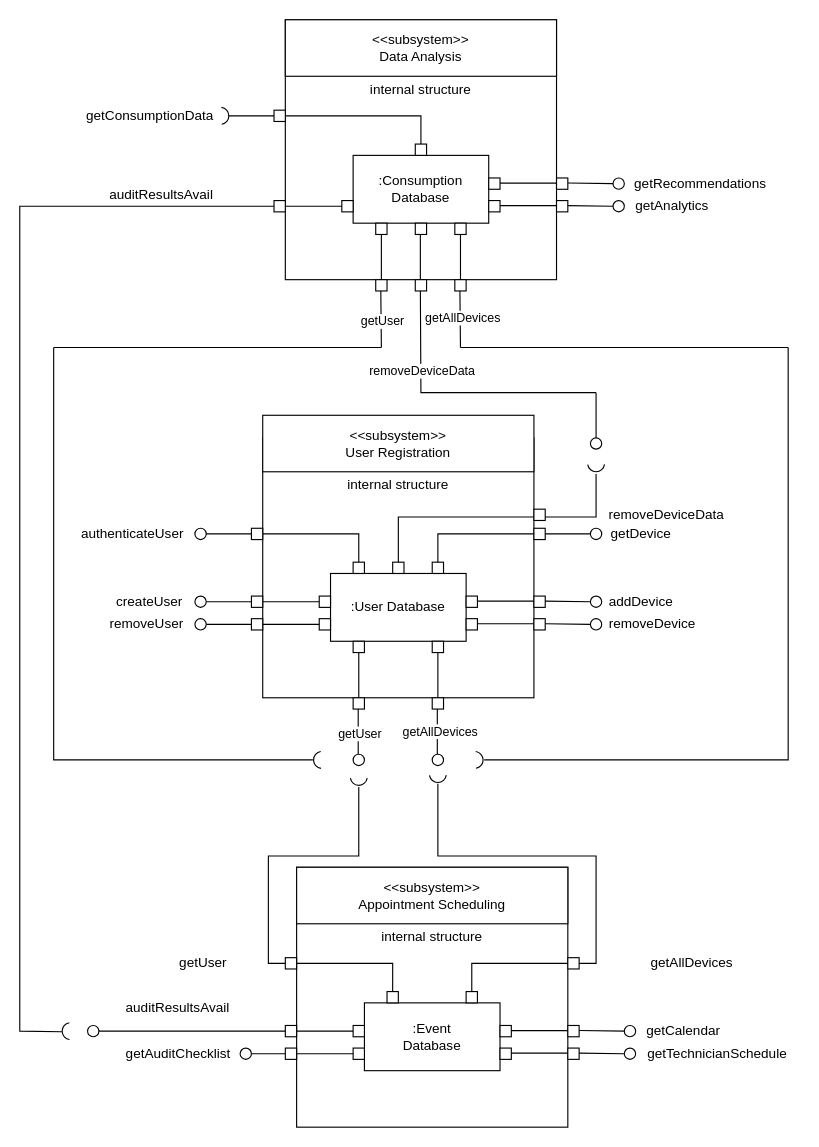
The draw.io diagram milestone-2/C&C_Diagram.drawio in uvic-teach/project-m1-team15, before the edit. Source tidied: cells renumbered, new cells numbered last; positions are measured from the earlier drawing's top-left corner, leaving out a move shared by most shapes. Both pictures are drawn from the tidied source at 113%, with x=0, y=0 at pixel (19, 19).
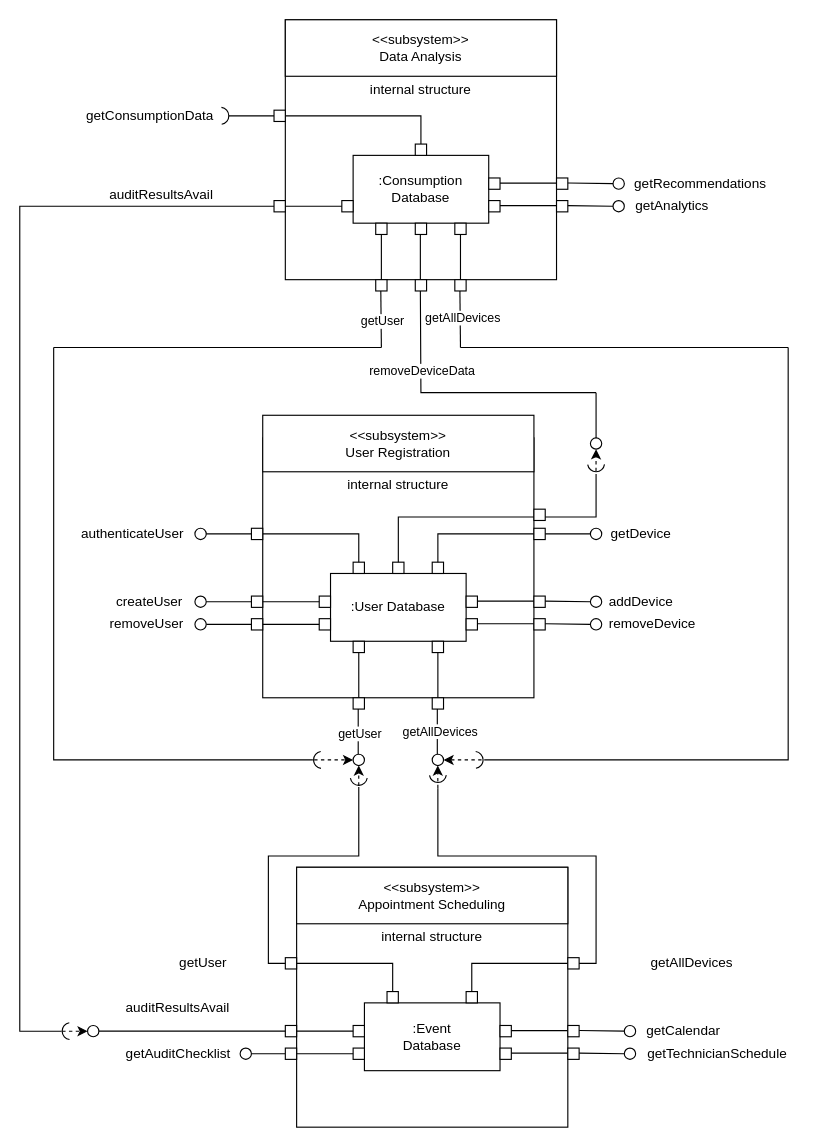
The same page after the edit.

The change refers to these unchanged cells:
```xml
<mxCell id="5" style="group;" parent="1" vertex="1">
  <mxGeometry x="215" y="370" width="240" height="305" as="geometry" />
</mxCell>
<mxCell id="33" style="ellipse;whiteSpace=wrap;html=1;" parent="5" vertex="1">
  <mxGeometry x="80" y="280" width="10" height="10" as="geometry" />
</mxCell>
<mxCell id="34" style="ellipse;whiteSpace=wrap;html=1;" parent="5" vertex="1">
  <mxGeometry x="150" y="280" width="10" height="10" as="geometry" />
</mxCell>
<mxCell id="36" style="verticalLabelPosition=bottom;verticalAlign=top;html=1;shape=mxgraph.basic.arc;startAngle=0.5205747559124867;endAngle=0.9747492307754936;rotation=-180;" parent="5" vertex="1">
  <mxGeometry x="180" y="277.5" width="15" height="15" as="geometry" />
</mxCell>
<mxCell id="37" style="verticalLabelPosition=bottom;verticalAlign=top;html=1;shape=mxgraph.basic.arc;startAngle=0.5205747559124867;endAngle=0.9747492307754936;rotation=-90;" parent="5" vertex="1">
  <mxGeometry x="147.5" y="290" width="15" height="15" as="geometry" />
</mxCell>
<mxCell id="96" style="rounded=0;whiteSpace=wrap;html=1;" parent="1" vertex="1">
  <mxGeometry x="225" y="160" width="10" height="10" as="geometry" />
</mxCell>
<mxCell id="118" style="verticalLabelPosition=bottom;verticalAlign=top;html=1;shape=mxgraph.basic.arc;startAngle=0.5205747559124867;endAngle=0.9747492307754936;rotation=0;" parent="1" vertex="1">
  <mxGeometry x="37.5" y="887.5" width="15" height="15" as="geometry" />
</mxCell>
<mxCell id="127" style="rounded=0;whiteSpace=wrap;html=1;" parent="1" vertex="1">
  <mxGeometry x="395" y="860" width="10" height="10" as="geometry" />
</mxCell>
<mxCell id="137" style="ellipse;whiteSpace=wrap;html=1;" parent="1" vertex="1">
  <mxGeometry x="60" y="890" width="10" height="10" as="geometry" />
</mxCell>
<mxCell id="158" style="verticalLabelPosition=bottom;verticalAlign=top;html=1;shape=mxgraph.basic.arc;startAngle=0.5205747559124867;endAngle=0.9747492307754936;rotation=-90;" parent="1" vertex="1">
  <mxGeometry x="502.5" y="385" width="15" height="15" as="geometry" />
</mxCell>
<mxCell id="161" style="ellipse;whiteSpace=wrap;html=1;" parent="1" vertex="1">
  <mxGeometry x="505" y="370" width="10" height="10" as="geometry" />
</mxCell>
<mxCell id="163" style="verticalLabelPosition=bottom;verticalAlign=top;html=1;shape=mxgraph.basic.arc;startAngle=0.5205747559124867;endAngle=0.9747492307754936;rotation=0;" parent="1" vertex="1">
  <mxGeometry x="260" y="647.5" width="15" height="15" as="geometry" />
</mxCell>
<mxCell id="165" style="verticalLabelPosition=bottom;verticalAlign=top;html=1;shape=mxgraph.basic.arc;startAngle=0.5205747559124867;endAngle=0.9747492307754936;rotation=-90;" parent="1" vertex="1">
  <mxGeometry x="292.5" y="662.5" width="15" height="15" as="geometry" />
</mxCell>
```

Change to the diagram source:
```diff
@@
+    <mxCell id="170" style="edgeStyle=orthogonalEdgeStyle;rounded=0;orthogonalLoop=1;jettySize=auto;html=1;entryX=0.5;entryY=1;entryDx=0;entryDy=0;dashed=1;" parent="5" edge="1">
+      <mxGeometry relative="1" as="geometry">
+        <mxPoint x="155" y="310" as="sourcePoint" />
+        <mxPoint x="154.9" y="290" as="targetPoint" />
+      </mxGeometry>
+    </mxCell>
+    <mxCell id="171" style="edgeStyle=orthogonalEdgeStyle;rounded=0;jettySize=auto;html=1;exitX=0.089;exitY=0.501;exitDx=0;exitDy=0;exitPerimeter=0;entryX=1;entryY=0.5;entryDx=0;entryDy=0;dashed=1;" parent="5" edge="1" source="36" target="34">
+      <mxGeometry relative="1" as="geometry" />
+    </mxCell>
@@
-    <mxCell id="95" style="endArrow=none;html=1;rounded=0;exitX=-0.017;exitY=0.533;exitDx=0;exitDy=0;exitPerimeter=0;" parent="1" edge="1" source="118" target="96">
+    <mxCell id="95" style="endArrow=none;html=1;rounded=0;exitX=-0.033;exitY=0.504;exitDx=0;exitDy=0;exitPerimeter=0;" parent="1" edge="1" source="118" target="96">
       <mxGeometry relative="1" as="geometry">
         <Array as="points">
           <mxPoint y="895" />
           <mxPoint y="165" />
         </Array>
       </mxGeometry>
     </mxCell>
@@
+    <mxCell id="172" style="edgeStyle=orthogonalEdgeStyle;rounded=0;jettySize=auto;html=1;exitX=0.002;exitY=0.504;exitDx=0;exitDy=0;exitPerimeter=0;entryX=0;entryY=0.5;entryDx=0;entryDy=0;dashed=1;" parent="1" edge="1" source="118" target="137">
+      <mxGeometry relative="1" as="geometry" />
+    </mxCell>
@@
-    <mxCell id="145" style="endArrow=none;html=1;rounded=0;exitX=0.5;exitY=0;exitDx=0;exitDy=0;entryX=-0.067;entryY=0.5;entryDx=0;entryDy=0;entryPerimeter=0;" parent="1" edge="1" source="127" target="37">
+    <mxCell id="145" style="endArrow=none;html=1;rounded=0;exitX=0.5;exitY=0;exitDx=0;exitDy=0;" parent="1" edge="1" source="127">
       <mxGeometry relative="1" as="geometry">
+        <mxPoint x="370" y="680" as="targetPoint" />
         <Array as="points">
           <mxPoint x="400" y="835" />
           <mxPoint x="510" y="835" />
           <mxPoint x="510" y="740" />
           <mxPoint x="370" y="740" />
         </Array>
       </mxGeometry>
     </mxCell>
@@
-    <mxCell id="162" value="removeDeviceData" style="text;html=1;strokeColor=none;fillColor=none;align=center;verticalAlign=middle;whiteSpace=wrap;rounded=0;" parent="1" vertex="1">
-      <mxGeometry x="515" y="423.1" width="115" height="30" as="geometry" />
-    </mxCell>
@@
+    <mxCell id="173" style="edgeStyle=orthogonalEdgeStyle;rounded=0;jettySize=auto;html=1;dashed=1;exitX=0.036;exitY=0.497;exitDx=0;exitDy=0;exitPerimeter=0;entryX=0.5;entryY=1;entryDx=0;entryDy=0;" parent="1" edge="1" source="158" target="161">
+      <mxGeometry relative="1" as="geometry" />
+    </mxCell>
+    <mxCell id="174" style="edgeStyle=orthogonalEdgeStyle;rounded=0;jettySize=auto;html=1;exitX=0.035;exitY=0.499;exitDx=0;exitDy=0;exitPerimeter=0;entryX=0;entryY=0.5;entryDx=0;entryDy=0;dashed=1;" parent="1" edge="1" source="163" target="33">
+      <mxGeometry relative="1" as="geometry" />
+    </mxCell>
+    <mxCell id="175" style="edgeStyle=orthogonalEdgeStyle;rounded=0;jettySize=auto;html=1;exitX=-0.017;exitY=0.498;exitDx=0;exitDy=0;exitPerimeter=0;entryX=0.5;entryY=1;entryDx=0;entryDy=0;dashed=1;" parent="1" edge="1" source="165" target="33">
+      <mxGeometry relative="1" as="geometry" />
+    </mxCell>
```
